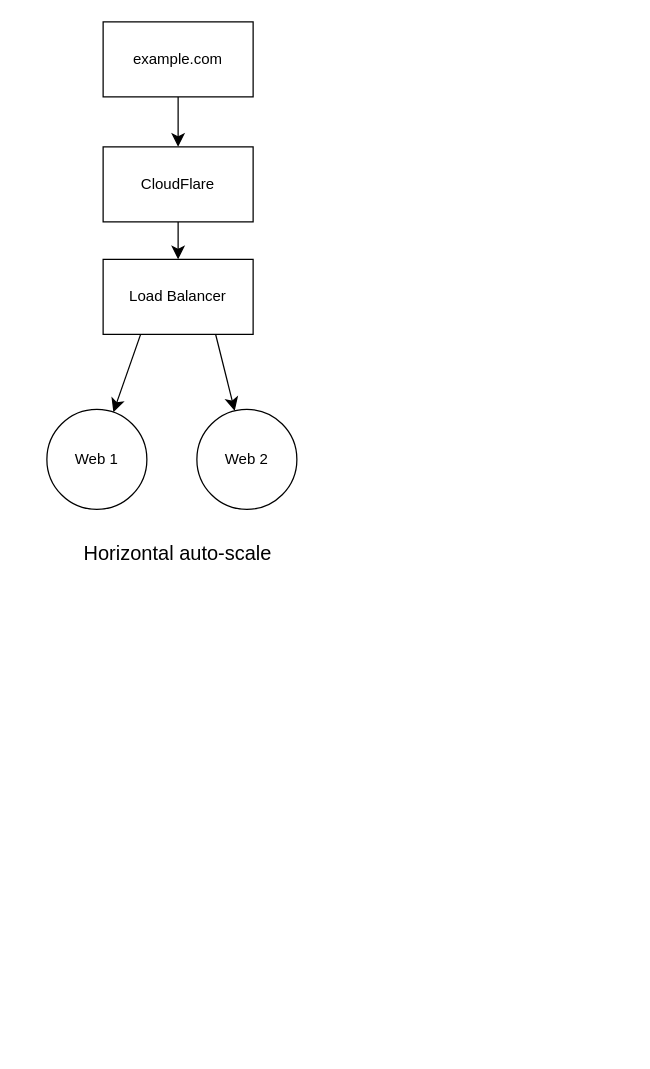
Earlier version of the draw.io diagram Example.drawio (brendanmurty/draw.io). Source tidied: cells renumbered, new cells numbered last; positions are measured from the earlier drawing's top-left corner, leaving out a move shared by most shapes. Both pictures are drawn from the tidied source at 125%, with x=0, y=0 at pixel (46, 21).
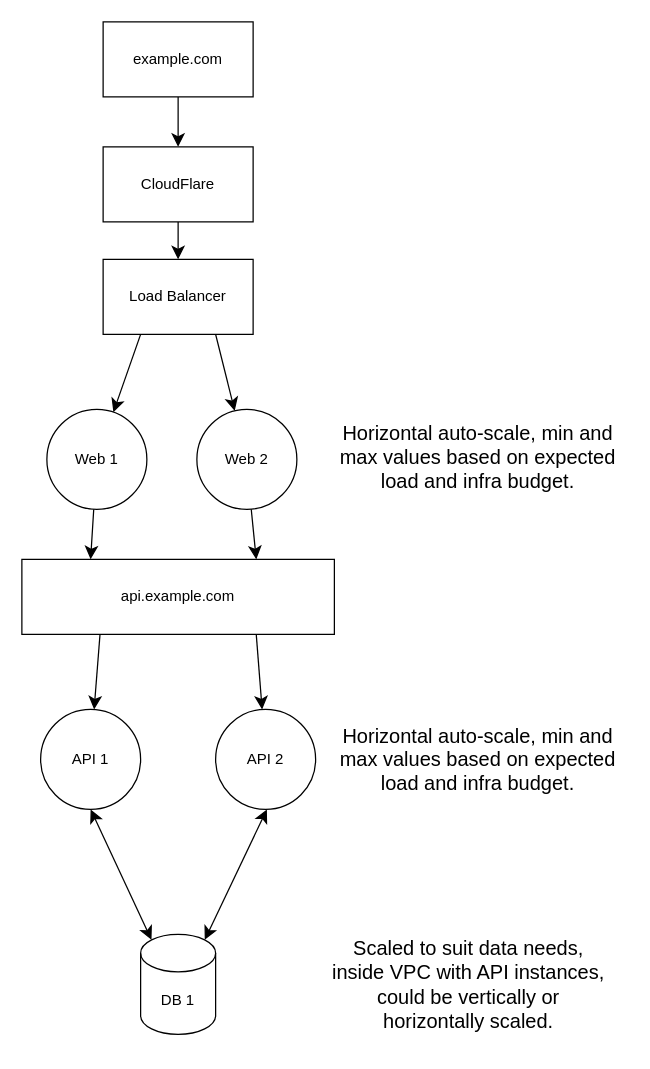
After the change.

The change refers to these unchanged cells:
```xml
<mxCell id="4" value="Web 1" style="ellipse;whiteSpace=wrap;html=1;" parent="1" vertex="1">
  <mxGeometry y="310" width="80" height="80" as="geometry" />
</mxCell>
<mxCell id="5" value="Web 2" style="ellipse;whiteSpace=wrap;html=1;" parent="1" vertex="1">
  <mxGeometry x="120" y="310" width="80" height="80" as="geometry" />
</mxCell>
```

Diff of the diagram source:
```diff
@@
+    <mxCell id="12" style="edgeStyle=none;curved=1;rounded=0;jettySize=auto;html=1;fontSize=12;startSize=8;endSize=8;" parent="1" edge="1" source="4" target="16">
+      <mxGeometry relative="1" as="geometry">
+        <Array as="points">
+          <mxPoint x="35" y="430" />
+        </Array>
+      </mxGeometry>
+    </mxCell>
@@
+    <mxCell id="13" style="edgeStyle=none;curved=1;rounded=0;jettySize=auto;html=1;fontSize=12;startSize=8;endSize=8;entryX=0.75;entryY=0;entryDx=0;entryDy=0;" parent="1" edge="1" source="5" target="16">
+      <mxGeometry relative="1" as="geometry" />
+    </mxCell>
@@
-    <mxCell id="6" value="Horizontal auto-scale" style="text;strokeColor=none;fillColor=none;html=1;align=center;verticalAlign=middle;whiteSpace=wrap;rounded=0;fontSize=16;" parent="1" vertex="1">
-      <mxGeometry y="410" width="210" height="30" as="geometry" />
+    <mxCell id="6" value="Horizontal auto-scale, min and max values based on expected load and infra budget." style="text;strokeColor=none;fillColor=none;html=1;align=center;verticalAlign=middle;whiteSpace=wrap;rounded=0;fontSize=16;" parent="1" vertex="1">
+      <mxGeometry x="225" y="306.2" width="240" height="83.8" as="geometry" />
     </mxCell>
@@
+    <mxCell id="14" style="edgeStyle=none;curved=1;rounded=0;jettySize=auto;html=1;exitX=0.25;exitY=1;exitDx=0;exitDy=0;fontSize=12;startSize=8;endSize=8;" parent="1" edge="1" source="16" target="17">
+      <mxGeometry relative="1" as="geometry" />
+    </mxCell>
+    <mxCell id="15" style="edgeStyle=none;curved=1;rounded=0;jettySize=auto;html=1;exitX=0.75;exitY=1;exitDx=0;exitDy=0;fontSize=12;startSize=8;endSize=8;" parent="1" edge="1" source="16" target="18">
+      <mxGeometry relative="1" as="geometry" />
+    </mxCell>
+    <mxCell id="16" value="api.example.com" style="rounded=0;whiteSpace=wrap;html=1;" parent="1" vertex="1">
+      <mxGeometry x="-20" y="430" width="250" height="60" as="geometry" />
+    </mxCell>
+    <mxCell id="17" value="API 1" style="ellipse;whiteSpace=wrap;html=1;" parent="1" vertex="1">
+      <mxGeometry x="-5" y="550" width="80" height="80" as="geometry" />
+    </mxCell>
+    <mxCell id="18" value="API 2" style="ellipse;whiteSpace=wrap;html=1;" parent="1" vertex="1">
+      <mxGeometry x="135" y="550" width="80" height="80" as="geometry" />
+    </mxCell>
+    <mxCell id="19" value="Horizontal auto-scale, min and max values based on expected load and infra budget." style="text;strokeColor=none;fillColor=none;html=1;align=center;verticalAlign=middle;whiteSpace=wrap;rounded=0;fontSize=16;" parent="1" vertex="1">
+      <mxGeometry x="225" y="543.1" width="240" height="93.8" as="geometry" />
+    </mxCell>
+    <mxCell id="20" value="DB 1" style="shape=cylinder3;whiteSpace=wrap;html=1;boundedLbl=1;backgroundOutline=1;size=15;" parent="1" vertex="1">
+      <mxGeometry x="75" y="730" width="60" height="80" as="geometry" />
+    </mxCell>
+    <mxCell id="21" style="endArrow=classic;startArrow=classic;html=1;rounded=0;fontSize=12;startSize=8;endSize=8;curved=1;entryX=0.5;entryY=1;entryDx=0;entryDy=0;exitX=0.145;exitY=0;exitDx=0;exitDy=4.35;exitPerimeter=0;" parent="1" edge="1" source="20" target="17">
+      <mxGeometry relative="1" as="geometry" />
+    </mxCell>
+    <mxCell id="22" style="endArrow=classic;startArrow=classic;html=1;rounded=0;fontSize=12;startSize=8;endSize=8;curved=1;entryX=0.5;entryY=1;entryDx=0;entryDy=0;exitX=0.855;exitY=0;exitDx=0;exitDy=4.35;exitPerimeter=0;" parent="1" edge="1" source="20">
+      <mxGeometry relative="1" as="geometry">
+        <mxPoint x="176" y="630" as="targetPoint" />
+      </mxGeometry>
+    </mxCell>
+    <mxCell id="23" value="Scaled to suit data needs, inside VPC with API instances, could be vertically or horizontally scaled." style="text;html=1;align=center;verticalAlign=middle;whiteSpace=wrap;rounded=0;fontSize=16;" parent="1" vertex="1">
+      <mxGeometry x="225" y="720" width="225" height="100" as="geometry" />
+    </mxCell>
```
